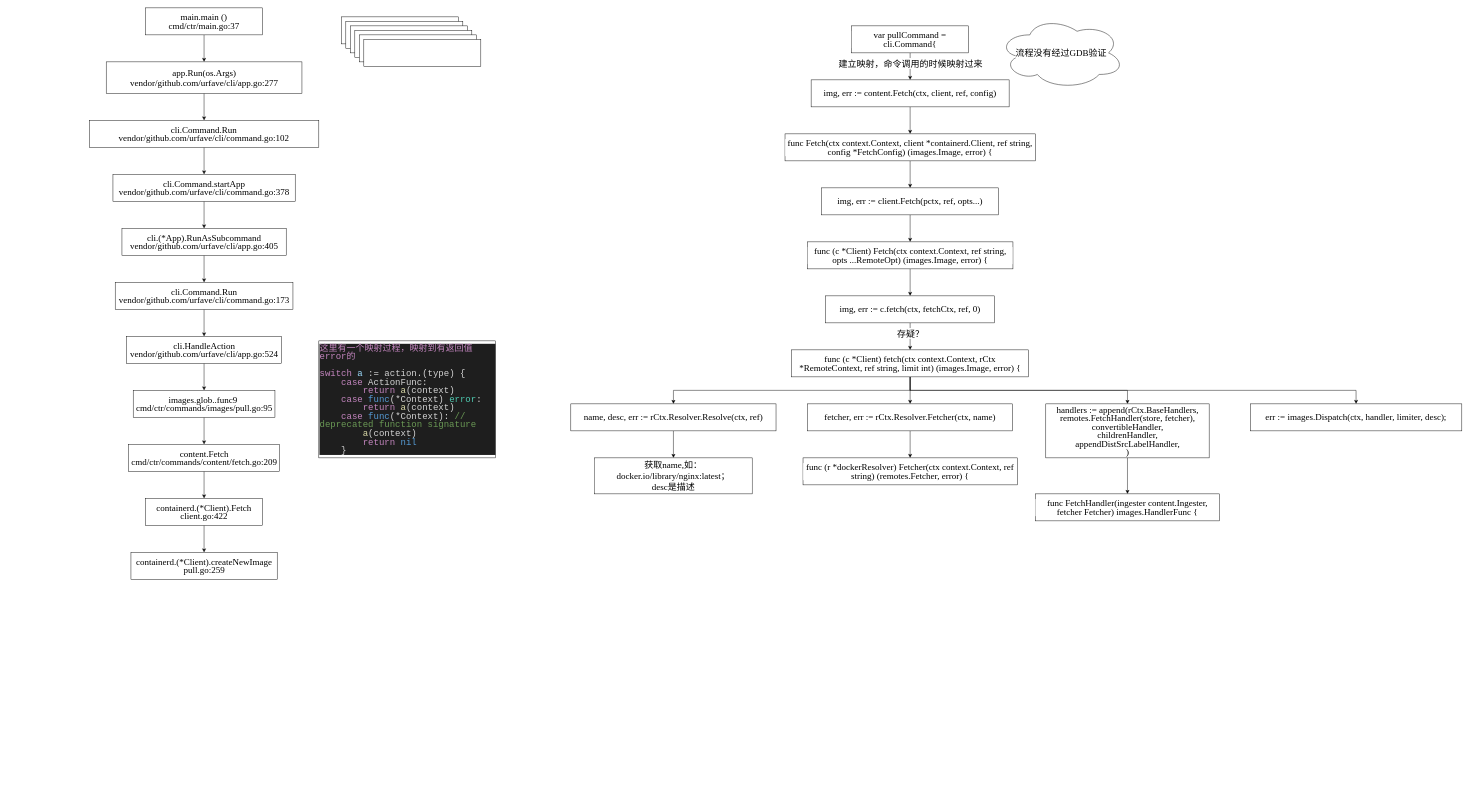
Earlier version of the draw.io diagram page "containerd" (1 of 4) of Ceph Librbd PWL .drawio (CongMinYin/flow). Source tidied: cells renumbered, new cells numbered last; positions are measured from the earlier drawing's top-left corner, leaving out a move shared by most shapes. Both pictures are drawn from the tidied source at 45%, with x=0, y=0 at pixel (89, 8).
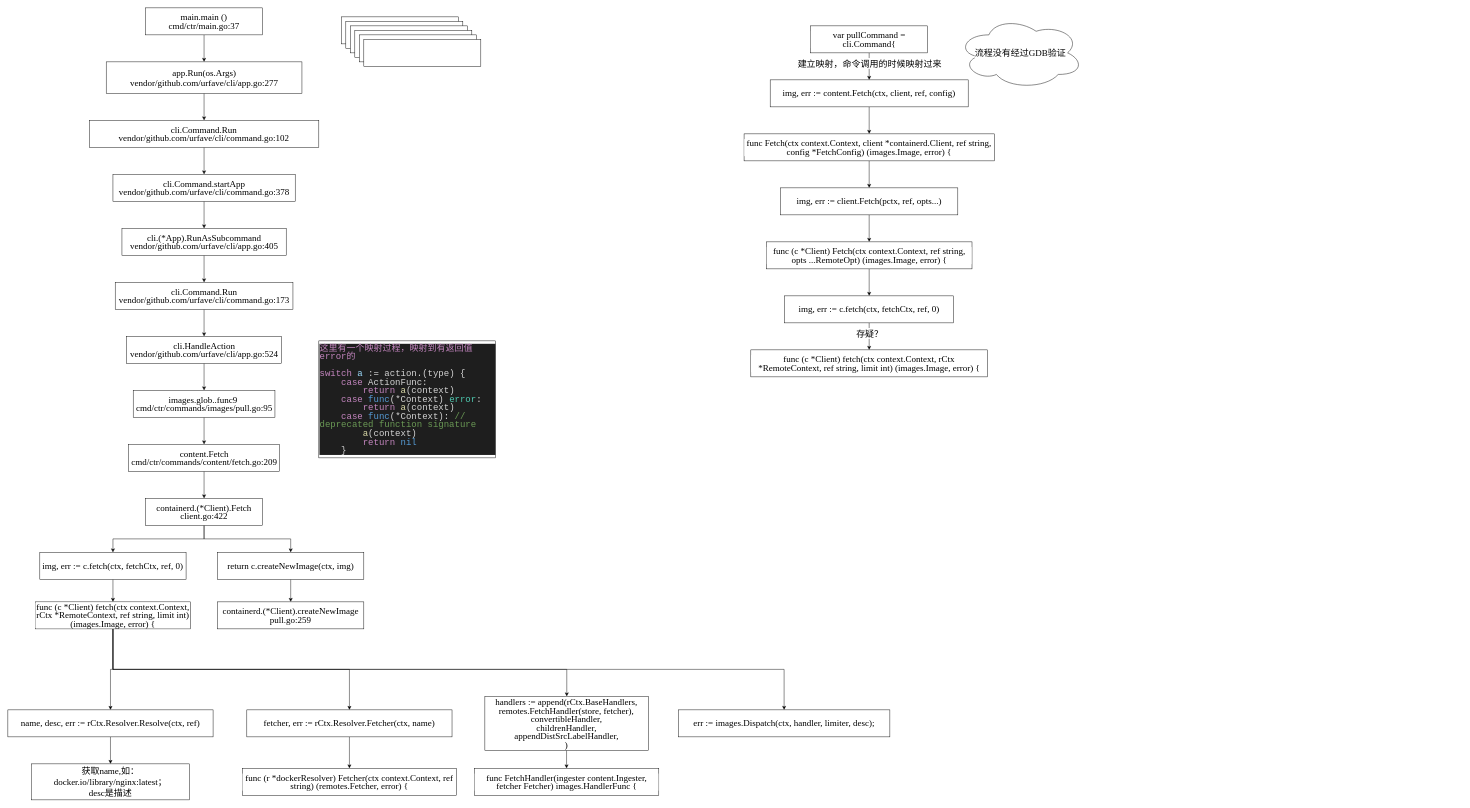
The same page after the edit.

The change refers to these unchanged cells:
```xml
<mxCell id="43" value="&lt;div style=&quot;font-size: 20px; line-height: 19px;&quot;&gt;containerd.(*Client).Fetch&lt;br&gt;&lt;/div&gt;&lt;div style=&quot;font-size: 20px; line-height: 19px;&quot;&gt;client.go:422&lt;br&gt;&lt;/div&gt;" style="rounded=0;whiteSpace=wrap;html=1;labelBackgroundColor=default;fontColor=#000000;fontFamily=Times New Roman;fontSize=20;" parent="1" vertex="1">
  <mxGeometry x="125" y="1090" width="260" height="60" as="geometry" />
</mxCell>
```

The edit, as a diff of the source:
```diff
@@
     <mxCell id="4" value="&lt;div style=&quot;font-size: 20px; line-height: 19px;&quot;&gt;&lt;span style=&quot;font-size: 20px;&quot;&gt;var&lt;/span&gt; &lt;span style=&quot;font-size: 20px;&quot;&gt;pullCommand&lt;/span&gt; = cli.Command{&lt;/div&gt;" style="rounded=0;whiteSpace=wrap;html=1;labelBackgroundColor=default;fontColor=#000000;fontFamily=Times New Roman;fontSize=20;" parent="1" vertex="1">
-      <mxGeometry x="1694" y="40" width="260" height="60" as="geometry" />
+      <mxGeometry x="1603" y="40" width="260" height="60" as="geometry" />
     </mxCell>
@@
     <mxCell id="6" value="&lt;div style=&quot;font-size: 20px; line-height: 19px;&quot;&gt;&lt;span style=&quot;font-size: 20px;&quot;&gt;img&lt;/span&gt;, &lt;span style=&quot;font-size: 20px;&quot;&gt;err&lt;/span&gt; := content.&lt;span style=&quot;font-size: 20px;&quot;&gt;Fetch&lt;/span&gt;(ctx, client, ref, config)&lt;/div&gt;" style="rounded=0;whiteSpace=wrap;html=1;labelBackgroundColor=default;fontColor=#000000;fontFamily=Times New Roman;fontSize=20;" parent="1" vertex="1">
-      <mxGeometry x="1604" y="160" width="440" height="60" as="geometry" />
+      <mxGeometry x="1513" y="160" width="440" height="60" as="geometry" />
     </mxCell>
-    <mxCell id="7" style="edgeStyle=orthogonalEdgeStyle;rounded=0;jettySize=auto;html=1;exitX=0.5;exitY=1;exitDx=0;exitDy=0;labelBackgroundColor=default;fontColor=#000000;fontFamily=Times New Roman;fontSize=20;" parent="1" edge="1" source="11" target="13">
+    <mxCell id="7" style="edgeStyle=orthogonalEdgeStyle;rounded=0;jettySize=auto;html=1;exitX=0.5;exitY=1;exitDx=0;exitDy=0;labelBackgroundColor=default;fontColor=#000000;fontFamily=Times New Roman;fontSize=20;" parent="1" edge="1" source="65" target="13">
       <mxGeometry relative="1" as="geometry" />
     </mxCell>
-    <mxCell id="8" style="edgeStyle=orthogonalEdgeStyle;rounded=0;jettySize=auto;html=1;exitX=0.5;exitY=1;exitDx=0;exitDy=0;labelBackgroundColor=default;fontColor=#000000;fontFamily=Times New Roman;fontSize=20;" parent="1" edge="1" source="11" target="27">
-      <mxGeometry relative="1" as="geometry" />
-    </mxCell>
-    <mxCell id="9" style="edgeStyle=orthogonalEdgeStyle;rounded=0;jettySize=auto;html=1;exitX=0.5;exitY=1;exitDx=0;exitDy=0;labelBackgroundColor=default;fontColor=#000000;fontFamily=Times New Roman;fontSize=20;" parent="1" edge="1" source="11" target="28">
+    <mxCell id="9" style="edgeStyle=orthogonalEdgeStyle;rounded=0;jettySize=auto;html=1;exitX=0.5;exitY=1;exitDx=0;exitDy=0;labelBackgroundColor=default;fontColor=#000000;fontFamily=Times New Roman;fontSize=20;" parent="1" edge="1" source="65" target="28">
       <mxGeometry relative="1" as="geometry" />
     </mxCell>
-    <mxCell id="10" style="edgeStyle=orthogonalEdgeStyle;rounded=0;jettySize=auto;html=1;exitX=0.5;exitY=1;exitDx=0;exitDy=0;labelBackgroundColor=default;fontColor=#000000;fontFamily=Times New Roman;fontSize=20;" parent="1" edge="1" source="11" target="30">
+    <mxCell id="10" style="edgeStyle=orthogonalEdgeStyle;rounded=0;jettySize=auto;html=1;labelBackgroundColor=default;fontColor=#000000;fontFamily=Times New Roman;fontSize=20;exitX=0.5;exitY=1;exitDx=0;exitDy=0;" parent="1" edge="1" source="65" target="30">
       <mxGeometry relative="1" as="geometry" />
     </mxCell>
     <mxCell id="11" value="&lt;div style=&quot;font-size: 20px; line-height: 19px;&quot;&gt;&lt;span style=&quot;font-size: 20px;&quot;&gt;func&lt;/span&gt; (c *Client) &lt;span style=&quot;font-size: 20px;&quot;&gt;fetch&lt;/span&gt;(ctx context.Context, rCtx *RemoteContext, ref &lt;span style=&quot;font-size: 20px;&quot;&gt;string&lt;/span&gt;, limit &lt;span style=&quot;font-size: 20px;&quot;&gt;int&lt;/span&gt;) (images.Image, &lt;span style=&quot;font-size: 20px;&quot;&gt;error&lt;/span&gt;) {&lt;/div&gt;" style="rounded=0;whiteSpace=wrap;html=1;labelBackgroundColor=default;fontColor=#000000;fontFamily=Times New Roman;fontSize=20;" parent="1" vertex="1">
-      <mxGeometry x="1561" y="760" width="526" height="60" as="geometry" />
+      <mxGeometry x="1470" y="760" width="526" height="60" as="geometry" />
     </mxCell>
@@
     <mxCell id="13" value="&lt;div style=&quot;font-size: 20px; line-height: 19px;&quot;&gt;&lt;span style=&quot;font-size: 20px;&quot;&gt;fetcher&lt;/span&gt;, &lt;span style=&quot;font-size: 20px;&quot;&gt;err&lt;/span&gt; := rCtx.Resolver.&lt;span style=&quot;font-size: 20px;&quot;&gt;Fetcher&lt;/span&gt;(ctx, name)&lt;/div&gt;" style="rounded=0;whiteSpace=wrap;html=1;labelBackgroundColor=default;fontColor=#000000;fontFamily=Times New Roman;fontSize=20;" parent="1" vertex="1">
-      <mxGeometry x="1596" y="880" width="456" height="60" as="geometry" />
+      <mxGeometry x="350" y="1560" width="456" height="60" as="geometry" />
     </mxCell>
@@
     <mxCell id="15" value="&lt;div style=&quot;font-size: 20px; line-height: 19px;&quot;&gt;&lt;span style=&quot;font-size: 20px;&quot;&gt;func&lt;/span&gt; &lt;span style=&quot;font-size: 20px;&quot;&gt;Fetch&lt;/span&gt;(ctx context.Context, client *containerd.Client, ref &lt;span style=&quot;font-size: 20px;&quot;&gt;string&lt;/span&gt;, config *FetchConfig) (images.Image, &lt;span style=&quot;font-size: 20px;&quot;&gt;error&lt;/span&gt;) {&lt;/div&gt;" style="rounded=0;whiteSpace=wrap;html=1;labelBackgroundColor=default;fontColor=#000000;fontFamily=Times New Roman;fontSize=20;" parent="1" vertex="1">
-      <mxGeometry x="1546" y="280" width="556" height="60" as="geometry" />
+      <mxGeometry x="1455" y="280" width="556" height="60" as="geometry" />
     </mxCell>
@@
     <mxCell id="17" value="&lt;div style=&quot;font-size: 20px; line-height: 19px;&quot;&gt;&lt;span style=&quot;font-size: 20px;&quot;&gt;img&lt;/span&gt;, &lt;span style=&quot;font-size: 20px;&quot;&gt;err&lt;/span&gt; := client.&lt;span style=&quot;font-size: 20px;&quot;&gt;Fetch&lt;/span&gt;(pctx, ref, opts...)&lt;/div&gt;" style="rounded=0;whiteSpace=wrap;html=1;labelBackgroundColor=default;fontColor=#000000;fontFamily=Times New Roman;fontSize=20;" parent="1" vertex="1">
-      <mxGeometry x="1627" y="400" width="394" height="60" as="geometry" />
+      <mxGeometry x="1536" y="400" width="394" height="60" as="geometry" />
     </mxCell>
@@
     <mxCell id="19" value="&lt;div style=&quot;font-size: 20px; line-height: 19px;&quot;&gt;&lt;span style=&quot;font-size: 20px;&quot;&gt;func&lt;/span&gt; (c *Client) &lt;span style=&quot;font-size: 20px;&quot;&gt;Fetch&lt;/span&gt;(ctx context.Context, ref &lt;span style=&quot;font-size: 20px;&quot;&gt;string&lt;/span&gt;, opts ...RemoteOpt) (images.Image, &lt;span style=&quot;font-size: 20px;&quot;&gt;error&lt;/span&gt;) {&lt;/div&gt;" style="rounded=0;whiteSpace=wrap;html=1;labelBackgroundColor=default;fontColor=#000000;fontFamily=Times New Roman;fontSize=20;" parent="1" vertex="1">
-      <mxGeometry x="1595.5" y="520" width="457" height="60" as="geometry" />
+      <mxGeometry x="1504.5" y="520" width="457" height="60" as="geometry" />
     </mxCell>
@@
     <mxCell id="22" value="&lt;div style=&quot;font-size: 20px; line-height: 19px;&quot;&gt;&lt;span style=&quot;font-size: 20px;&quot;&gt;img&lt;/span&gt;, &lt;span style=&quot;font-size: 20px;&quot;&gt;err&lt;/span&gt; := c.&lt;span style=&quot;font-size: 20px;&quot;&gt;fetch&lt;/span&gt;(ctx, fetchCtx, ref, &lt;span style=&quot;font-size: 20px;&quot;&gt;0&lt;/span&gt;)&lt;/div&gt;" style="rounded=0;whiteSpace=wrap;html=1;labelBackgroundColor=default;fontColor=#000000;fontFamily=Times New Roman;fontSize=20;" parent="1" vertex="1">
-      <mxGeometry x="1636" y="640" width="376" height="60" as="geometry" />
+      <mxGeometry x="1545" y="640" width="376" height="60" as="geometry" />
     </mxCell>
     <mxCell id="23" value="&lt;div style=&quot;font-size: 20px; line-height: 19px;&quot;&gt;&lt;span style=&quot;font-size: 20px;&quot;&gt;func&lt;/span&gt; (r *dockerResolver) &lt;span style=&quot;font-size: 20px;&quot;&gt;Fetcher&lt;/span&gt;(ctx context.Context, ref &lt;span style=&quot;font-size: 20px;&quot;&gt;string&lt;/span&gt;) (remotes.Fetcher, &lt;span style=&quot;font-size: 20px;&quot;&gt;error&lt;/span&gt;) {&lt;/div&gt;" style="rounded=0;whiteSpace=wrap;html=1;labelBackgroundColor=default;fontColor=#000000;fontFamily=Times New Roman;fontSize=20;" parent="1" vertex="1">
-      <mxGeometry x="1586" y="1000" width="476" height="60" as="geometry" />
+      <mxGeometry x="340" y="1690" width="476" height="60" as="geometry" />
     </mxCell>
     <mxCell id="24" value="&lt;div style=&quot;font-size: 20px; line-height: 19px;&quot;&gt;&lt;span style=&quot;font-size: 20px;&quot;&gt;func&lt;/span&gt; &lt;span style=&quot;font-size: 20px;&quot;&gt;FetchHandler&lt;/span&gt;(ingester content.Ingester, fetcher Fetcher) images.HandlerFunc {&lt;/div&gt;" style="rounded=0;whiteSpace=wrap;html=1;labelBackgroundColor=default;fontColor=#000000;fontFamily=Times New Roman;fontSize=20;" parent="1" vertex="1">
-      <mxGeometry x="2102" y="1080" width="410" height="60" as="geometry" />
+      <mxGeometry x="855.5" y="1690" width="410" height="60" as="geometry" />
     </mxCell>
     <mxCell id="25" value="流程没有经过GDB验证" style="ellipse;shape=cloud;whiteSpace=wrap;html=1;labelBackgroundColor=default;fontColor=#000000;fontFamily=Times New Roman;fontSize=20;" parent="1" vertex="1">
-      <mxGeometry x="2020" y="20" width="280" height="160" as="geometry" />
+      <mxGeometry x="1929" y="20" width="280" height="160" as="geometry" />
     </mxCell>
@@
     <mxCell id="27" value="&lt;div style=&quot;font-size: 20px; line-height: 19px;&quot;&gt;&lt;div style=&quot;font-size: 20px;&quot;&gt;&lt;span style=&quot;font-size: 20px;&quot;&gt;handlers&lt;/span&gt; := &lt;span style=&quot;font-size: 20px;&quot;&gt;append&lt;/span&gt;(rCtx.BaseHandlers,&lt;/div&gt;&lt;div style=&quot;font-size: 20px;&quot;&gt;      remotes.&lt;span style=&quot;font-size: 20px;&quot;&gt;FetchHandler&lt;/span&gt;(store, fetcher),&lt;/div&gt;&lt;div style=&quot;font-size: 20px;&quot;&gt;      convertibleHandler,&lt;/div&gt;&lt;div style=&quot;font-size: 20px;&quot;&gt;      childrenHandler,&lt;/div&gt;&lt;div style=&quot;font-size: 20px;&quot;&gt;      appendDistSrcLabelHandler,&lt;/div&gt;&lt;div style=&quot;font-size: 20px;&quot;&gt;    )&lt;/div&gt;&lt;/div&gt;" style="rounded=0;whiteSpace=wrap;html=1;fontColor=#000000;labelBackgroundColor=default;fontFamily=Times New Roman;fontSize=20;" parent="1" vertex="1">
-      <mxGeometry x="2125.5" y="880" width="363" height="120" as="geometry" />
+      <mxGeometry x="879" y="1530" width="363" height="120" as="geometry" />
     </mxCell>
     <mxCell id="28" value="&lt;div style=&quot;font-size: 20px; line-height: 19px;&quot;&gt;&lt;span style=&quot;font-size: 20px;&quot;&gt;err&lt;/span&gt; := images.&lt;span style=&quot;font-size: 20px;&quot;&gt;Dispatch&lt;/span&gt;(ctx, handler, limiter, desc);&lt;/div&gt;" style="rounded=0;whiteSpace=wrap;html=1;labelBackgroundColor=default;fontColor=#000000;fontFamily=Times New Roman;fontSize=20;" parent="1" vertex="1">
-      <mxGeometry x="2580" y="880" width="470" height="60" as="geometry" />
+      <mxGeometry x="1309" y="1560" width="470" height="60" as="geometry" />
     </mxCell>
@@
     <mxCell id="30" value="&lt;div style=&quot;line-height: 19px; font-size: 20px;&quot;&gt;&lt;font style=&quot;font-size: 20px;&quot;&gt;&lt;span style=&quot;font-size: 20px;&quot;&gt;name, desc, err := rCtx.Resolver.Resolve(ctx, ref)&lt;/span&gt;&lt;/font&gt;&lt;br style=&quot;font-size: 20px;&quot;&gt;&lt;/div&gt;" style="rounded=0;whiteSpace=wrap;html=1;labelBackgroundColor=default;fontColor=#000000;fontFamily=Times New Roman;fontSize=20;" parent="1" vertex="1">
-      <mxGeometry x="1070" y="880" width="456" height="60" as="geometry" />
+      <mxGeometry x="-181" y="1560" width="456" height="60" as="geometry" />
     </mxCell>
     <mxCell id="31" value="&lt;div style=&quot;line-height: 19px; font-size: 20px;&quot;&gt;&lt;/div&gt;&lt;font style=&quot;font-size: 20px;&quot;&gt;&lt;span style=&quot;font-size: 20px;&quot;&gt;获取name,如：docker.io/library/nginx:latest；&lt;br style=&quot;font-size: 20px;&quot;&gt;desc是描述&lt;br style=&quot;font-size: 20px;&quot;&gt;&lt;/span&gt;&lt;/font&gt;" style="rounded=0;whiteSpace=wrap;html=1;labelBackgroundColor=default;fontColor=#000000;fontFamily=Times New Roman;fontSize=20;" parent="1" vertex="1">
-      <mxGeometry x="1123" y="1000" width="350" height="80" as="geometry" />
+      <mxGeometry x="-128" y="1680" width="350" height="80" as="geometry" />
     </mxCell>
@@
+    <mxCell id="60" style="edgeStyle=orthogonalEdgeStyle;rounded=0;jettySize=auto;html=1;exitX=0.5;exitY=1;exitDx=0;exitDy=0;entryX=0.5;entryY=0;entryDx=0;entryDy=0;" parent="1" edge="1" source="41" target="66">
+      <mxGeometry relative="1" as="geometry" />
+    </mxCell>
-    <mxCell id="41" value="&lt;div style=&quot;font-size: 20px; line-height: 19px;&quot;&gt;containerd.(*Client).createNewImage&lt;br&gt;&lt;/div&gt;&lt;div style=&quot;font-size: 20px; line-height: 19px;&quot;&gt;pull.go:259&lt;br&gt;&lt;/div&gt;" style="rounded=0;whiteSpace=wrap;html=1;labelBackgroundColor=default;fontColor=#000000;fontFamily=Times New Roman;fontSize=20;" parent="1" vertex="1">
-      <mxGeometry x="92.5" y="1210" width="325" height="60" as="geometry" />
+    <mxCell id="41" value="&lt;div style=&quot;line-height: 19px;&quot;&gt;return c.createNewImage(ctx, img)&lt;br&gt;&lt;/div&gt;" style="rounded=0;whiteSpace=wrap;html=1;labelBackgroundColor=default;fontColor=#000000;fontFamily=Times New Roman;fontSize=20;" parent="1" vertex="1">
+      <mxGeometry x="285" y="1210" width="325" height="60" as="geometry" />
     </mxCell>
@@
+    <mxCell id="61" style="edgeStyle=orthogonalEdgeStyle;rounded=0;jettySize=auto;html=1;exitX=0.5;exitY=1;exitDx=0;exitDy=0;" parent="1" edge="1" source="43" target="63">
+      <mxGeometry relative="1" as="geometry" />
+    </mxCell>
@@
+    <mxCell id="62" style="edgeStyle=orthogonalEdgeStyle;rounded=0;jettySize=auto;html=1;exitX=0.5;exitY=1;exitDx=0;exitDy=0;entryX=0.5;entryY=0;entryDx=0;entryDy=0;" parent="1" edge="1" source="63" target="65">
+      <mxGeometry relative="1" as="geometry" />
+    </mxCell>
+    <mxCell id="63" value="&lt;div style=&quot;line-height: 19px;&quot;&gt;img, err := c.fetch(ctx, fetchCtx, ref, 0)&lt;br&gt;&lt;/div&gt;" style="rounded=0;whiteSpace=wrap;html=1;labelBackgroundColor=default;fontColor=#000000;fontFamily=Times New Roman;fontSize=20;" parent="1" vertex="1">
+      <mxGeometry x="-110" y="1210" width="325" height="60" as="geometry" />
+    </mxCell>
+    <mxCell id="64" style="edgeStyle=orthogonalEdgeStyle;rounded=0;jettySize=auto;html=1;exitX=0.5;exitY=1;exitDx=0;exitDy=0;" parent="1" edge="1" source="65" target="27">
+      <mxGeometry relative="1" as="geometry">
+        <Array as="points">
+          <mxPoint x="53" y="1470" />
+          <mxPoint x="1061" y="1470" />
+        </Array>
+      </mxGeometry>
+    </mxCell>
+    <mxCell id="65" value="&lt;div style=&quot;line-height: 19px;&quot;&gt;func (c *Client) fetch(ctx context.Context, rCtx *RemoteContext, ref string, limit int) (images.Image, error) {&lt;br&gt;&lt;/div&gt;" style="rounded=0;whiteSpace=wrap;html=1;labelBackgroundColor=default;fontColor=#000000;fontFamily=Times New Roman;fontSize=20;" parent="1" vertex="1">
+      <mxGeometry x="-120" y="1320" width="345" height="60" as="geometry" />
+    </mxCell>
+    <mxCell id="66" value="&lt;div style=&quot;font-size: 20px; line-height: 19px;&quot;&gt;containerd.(*Client).createNewImage&lt;br&gt;&lt;/div&gt;&lt;div style=&quot;font-size: 20px; line-height: 19px;&quot;&gt;pull.go:259&lt;br&gt;&lt;/div&gt;" style="rounded=0;whiteSpace=wrap;html=1;labelBackgroundColor=default;fontColor=#000000;fontFamily=Times New Roman;fontSize=20;" parent="1" vertex="1">
+      <mxGeometry x="285" y="1320" width="325" height="60" as="geometry" />
+    </mxCell>
```
